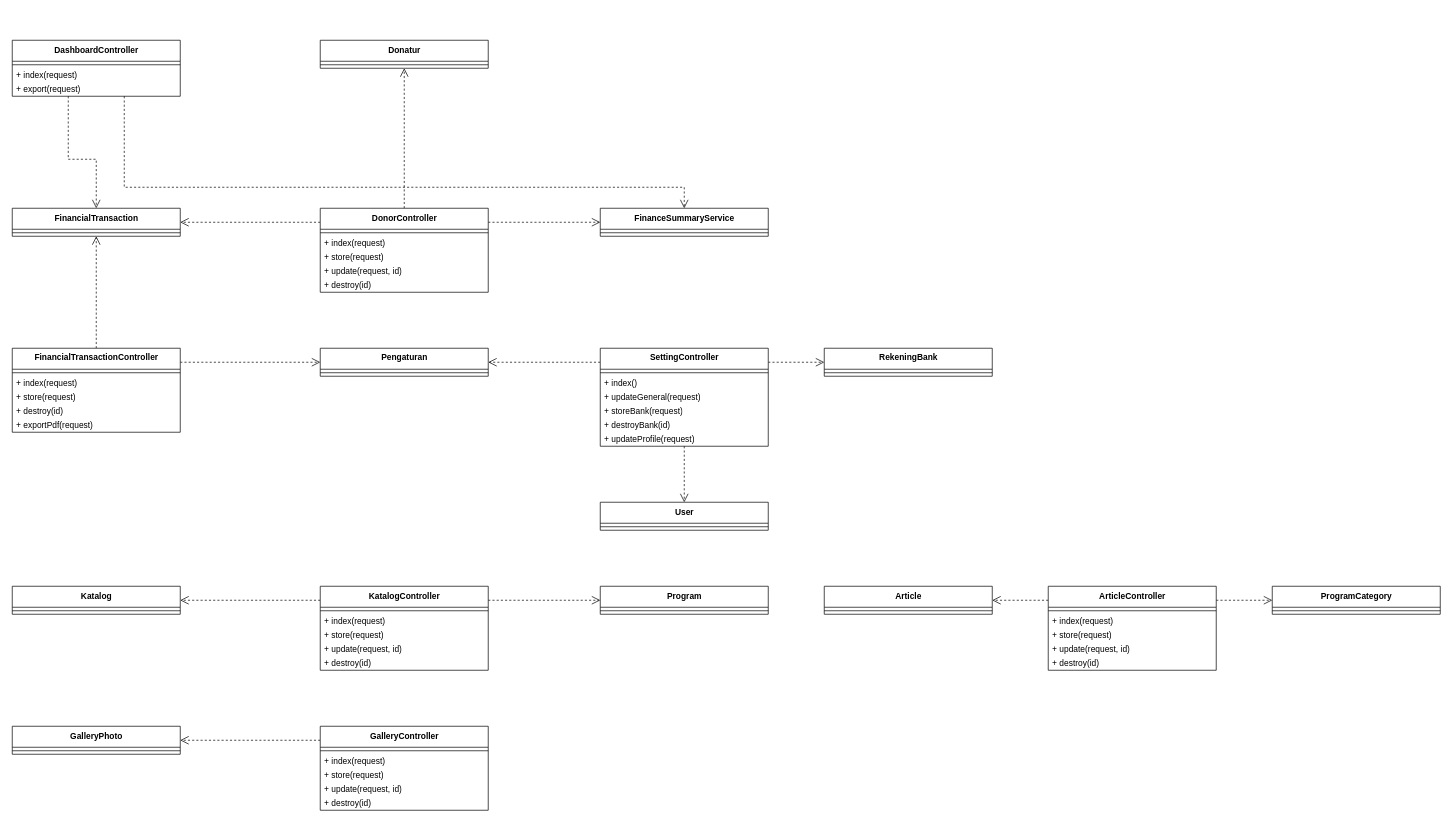
Before: page "Class Diagram Controller Admin" (2 of 2) of examples/yabun/class.drawio in rikzandompay/Web-Erd-Generate-NoteChain-, a draw.io diagram. Source tidied: cells renumbered, new cells numbered last; positions are measured from the earlier drawing's top-left corner, leaving out a move shared by most shapes. Both pictures are drawn from the tidied source at 70%, with x=0, y=0 at pixel (12, 40).
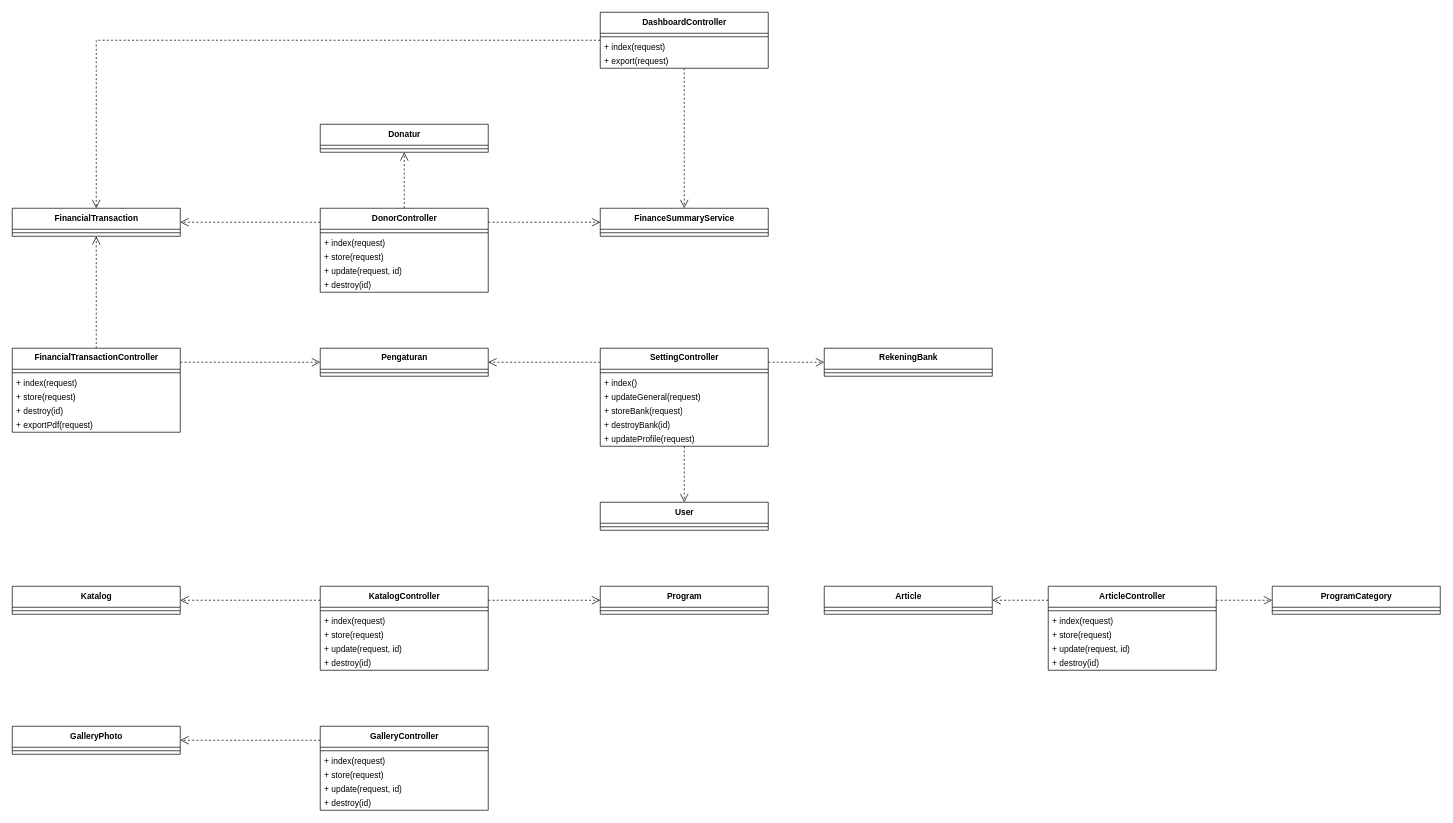
After the change.

Commit message (it also covers changes not shown here):
Perbaiki penempatan tabel ERD agar relasi lebih dekat

Unchanged cells that the change refers to:
```xml
<mxCell id="58" value="FinanceSummaryService" style="swimlane;fontStyle=1;align=center;verticalAlign=top;horizontal=1;startSize=30;html=1;" parent="1" vertex="1">
  <mxGeometry x="840" y="240" width="240" height="40" as="geometry" />
</mxCell>
<mxCell id="72" value="FinancialTransaction" style="swimlane;fontStyle=1;align=center;verticalAlign=top;horizontal=1;startSize=30;html=1;" parent="1" vertex="1">
  <mxGeometry y="240" width="240" height="40" as="geometry" />
</mxCell>
```

Diff of the diagram source:
```diff
@@
-    <mxCell id="2" style="edgeStyle=none;rounded=0;html=1;endArrow=open;endSize=10;startArrow=none;dashed=1;exitX=0.5;exitY=1;exitDx=40;exitDy=0;entryX=0.5;entryY=0;entryDx=0;entryDy=0;" parent="1" edge="1" source="17" target="58">
-      <mxGeometry relative="1" as="geometry">
-        <Array as="points">
-          <mxPoint x="160" y="210" />
-          <mxPoint x="960" y="210" />
-        </Array>
-      </mxGeometry>
+    <mxCell id="2" style="edgeStyle=orthogonalEdgeStyle;jettySize=auto;rounded=0;html=1;endArrow=open;endSize=10;startArrow=none;dashed=1;exitX=0.5;exitY=1;exitDx=0;exitDy=0;entryX=0.5;entryY=0;entryDx=0;entryDy=0;" parent="1" edge="1" source="17" target="58">
+      <mxGeometry relative="1" as="geometry" />
     </mxCell>
-    <mxCell id="3" style="edgeStyle=none;rounded=0;html=1;endArrow=open;endSize=10;startArrow=none;dashed=1;exitX=0.5;exitY=1;exitDx=-40;exitDy=0;entryX=0.5;entryY=0;entryDx=0;entryDy=0;" parent="1" edge="1" source="17" target="72">
+    <mxCell id="3" style="edgeStyle=none;rounded=0;html=1;endArrow=open;endSize=10;startArrow=none;dashed=1;exitX=0;exitY=0.5;exitDx=0;exitDy=0;entryX=0.5;entryY=0;entryDx=0;entryDy=0;" parent="1" edge="1" source="17" target="72">
       <mxGeometry relative="1" as="geometry">
         <Array as="points">
-          <mxPoint x="80" y="170" />
-          <mxPoint x="120" y="170" />
+          <mxPoint x="120" />
         </Array>
       </mxGeometry>
     </mxCell>
@@
     <mxCell id="17" value="DashboardController" style="swimlane;fontStyle=1;align=center;verticalAlign=top;horizontal=1;startSize=30;html=1;" parent="1" vertex="1">
-      <mxGeometry width="240" height="80" as="geometry" />
+      <mxGeometry x="840" y="-40" width="240" height="80" as="geometry" />
     </mxCell>
@@
     <mxCell id="70" value="Donatur" style="swimlane;fontStyle=1;align=center;verticalAlign=top;horizontal=1;startSize=30;html=1;" parent="1" vertex="1">
-      <mxGeometry x="440" width="240" height="40" as="geometry" />
+      <mxGeometry x="440" y="120" width="240" height="40" as="geometry" />
     </mxCell>
```
